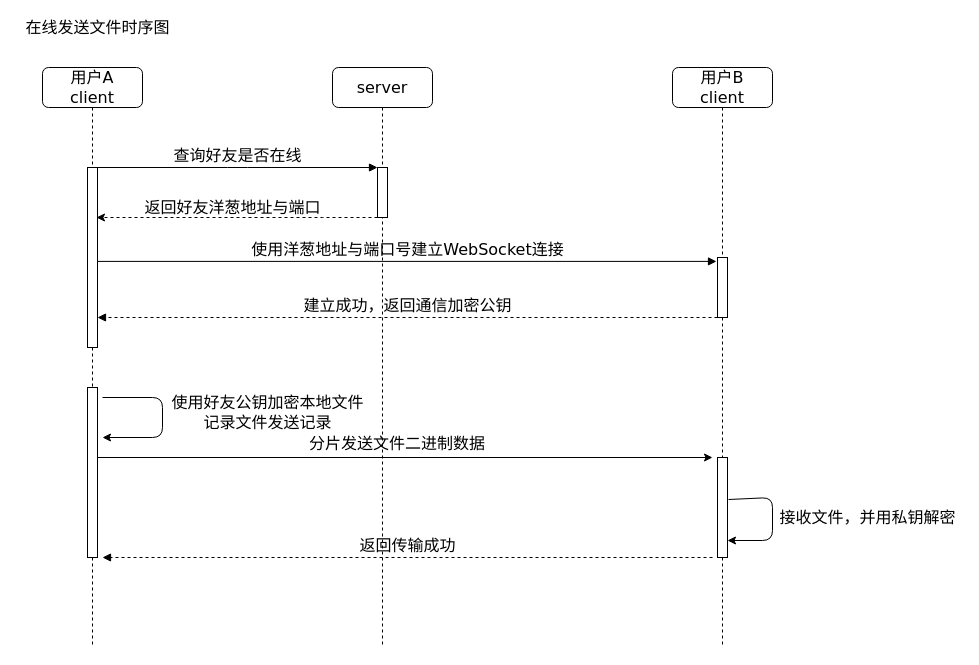
The draw.io diagram Untitled Diagram.drawio in Whistle1988/code, before the edit. Source tidied: cells renumbered, new cells numbered last; positions are measured from the earlier drawing's top-left corner, leaving out a move shared by most shapes. Both pictures are drawn from the tidied source at 100%, with x=0, y=0 at pixel (17, 17).
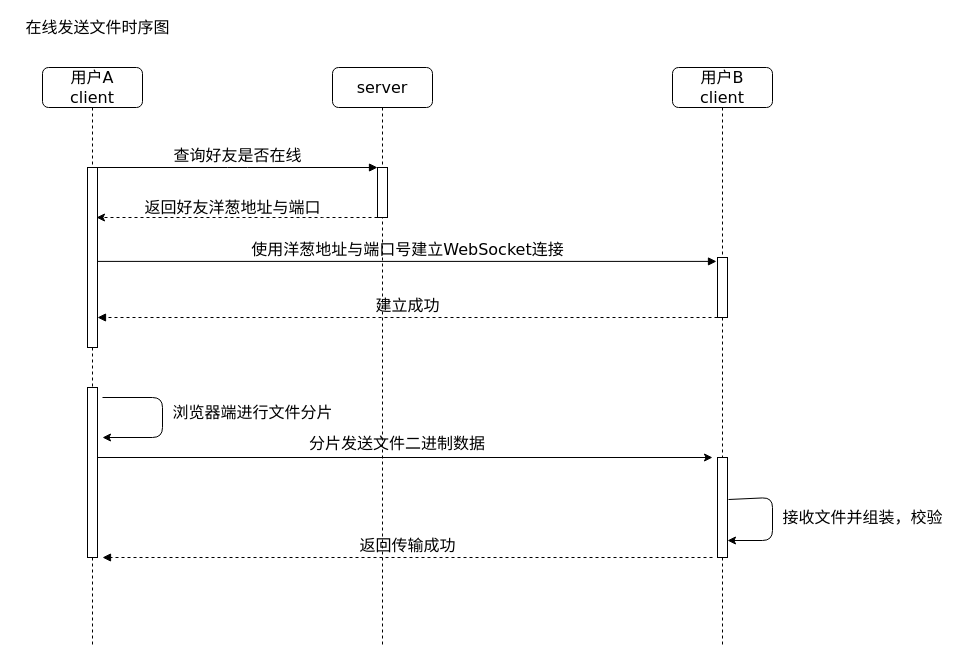
Above is the later version.

The change refers to these unchanged cells:
```xml
<mxCell id="5" style="html=1;points=[];perimeter=orthogonalPerimeter;rounded=0;shadow=0;comic=0;labelBackgroundColor=none;strokeWidth=1;fontFamily=Verdana;fontSize=16;align=center;" parent="4" vertex="1">
  <mxGeometry x="45" y="190" width="10" height="60" as="geometry" />
</mxCell>
<mxCell id="9" style="html=1;points=[];perimeter=orthogonalPerimeter;rounded=0;shadow=0;comic=0;labelBackgroundColor=none;strokeWidth=1;fontFamily=Verdana;fontSize=16;align=center;" parent="8" vertex="1">
  <mxGeometry x="45" y="100" width="10" height="180" as="geometry" />
</mxCell>
```

What changed in the source:
```diff
@@
-    <mxCell id="16" value="建立成功，返回通信加密公钥" style="html=1;verticalAlign=bottom;endArrow=block;labelBackgroundColor=none;fontFamily=Verdana;fontSize=16;exitX=0;exitY=1;exitDx=0;exitDy=0;exitPerimeter=0;dashed=1;" parent="1" edge="1" source="5" target="9">
+    <mxCell id="16" value="建立成功" style="html=1;verticalAlign=bottom;endArrow=block;labelBackgroundColor=none;fontFamily=Verdana;fontSize=16;exitX=0;exitY=1;exitDx=0;exitDy=0;exitPerimeter=0;dashed=1;" parent="1" edge="1" source="5" target="9">
       <mxGeometry relative="1" as="geometry" />
     </mxCell>
@@
-    <mxCell id="18" value="使用好友公钥加密本地文件&lt;br style=&quot;font-size: 16px;&quot;&gt;记录文件发送记录" style="text;html=1;align=center;verticalAlign=middle;fontSize=16;" parent="1" vertex="1">
-      <mxGeometry x="145" y="375" width="210" height="40" as="geometry" />
+    <mxCell id="18" value="浏览器端进行文件分片" style="text;html=1;align=center;verticalAlign=middle;fontSize=16;" parent="1" vertex="1">
+      <mxGeometry x="145" y="385" width="180" height="20" as="geometry" />
     </mxCell>
@@
-    <mxCell id="21" value="接收文件，并用私钥解密" style="text;html=1;align=center;verticalAlign=middle;fontSize=16;" parent="1" vertex="1">
-      <mxGeometry x="755" y="490" width="190" height="20" as="geometry" />
+    <mxCell id="21" value="接收文件并组装，校验" style="text;html=1;align=center;verticalAlign=middle;fontSize=16;" parent="1" vertex="1">
+      <mxGeometry x="755" y="490" width="180" height="20" as="geometry" />
     </mxCell>
```
